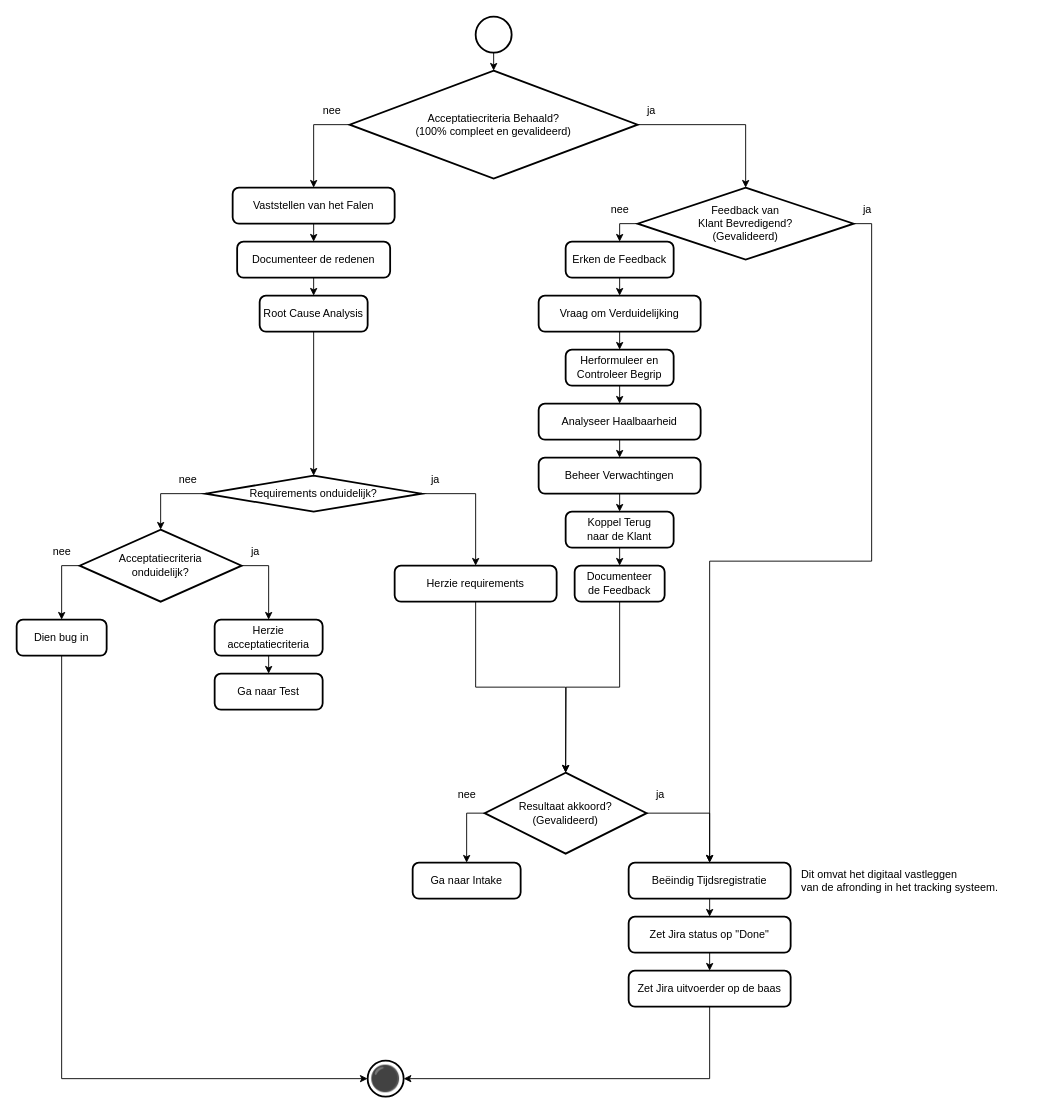
Above: 6 Issue Tracker review.drawio in Zaibatsu89/IssueTracker (draw.io), before the change. Source tidied: cells renumbered, new cells numbered last; positions are measured from the earlier drawing's top-left corner, leaving out a move shared by most shapes. Both pictures are drawn from the tidied source at 90%, with x=0, y=0 at pixel (16, 16).
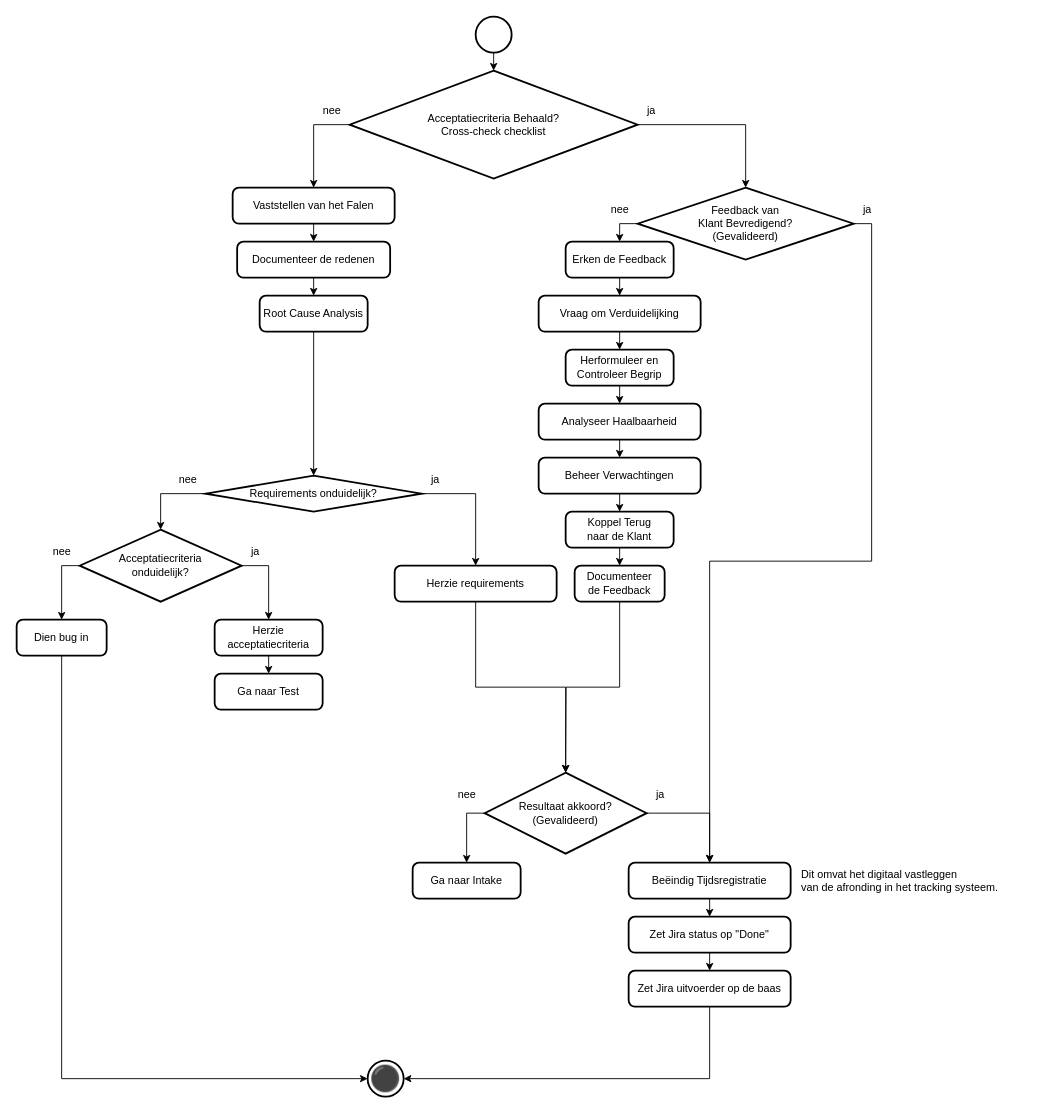
The same page after the edit.

Commit message (it also covers changes not shown here):
Vervang "(100% compleet en gevalideerd)" door "Cross-check checklist" in flowcharts

Diff of the diagram source:
```diff
@@
-    <mxCell id="4" value="Acceptatiecriteria Behaald?&lt;br&gt;(100% compleet en gevalideerd)" style="strokeWidth=2;html=1;shape=mxgraph.flowchart.decision;whiteSpace=wrap;" parent="1" vertex="1">
+    <mxCell id="4" value="Acceptatiecriteria Behaald?&lt;br&gt;Cross-check checklist" style="strokeWidth=2;html=1;shape=mxgraph.flowchart.decision;whiteSpace=wrap;" parent="1" vertex="1">
       <mxGeometry x="370" y="60" width="320" height="120" as="geometry" />
     </mxCell>
```
